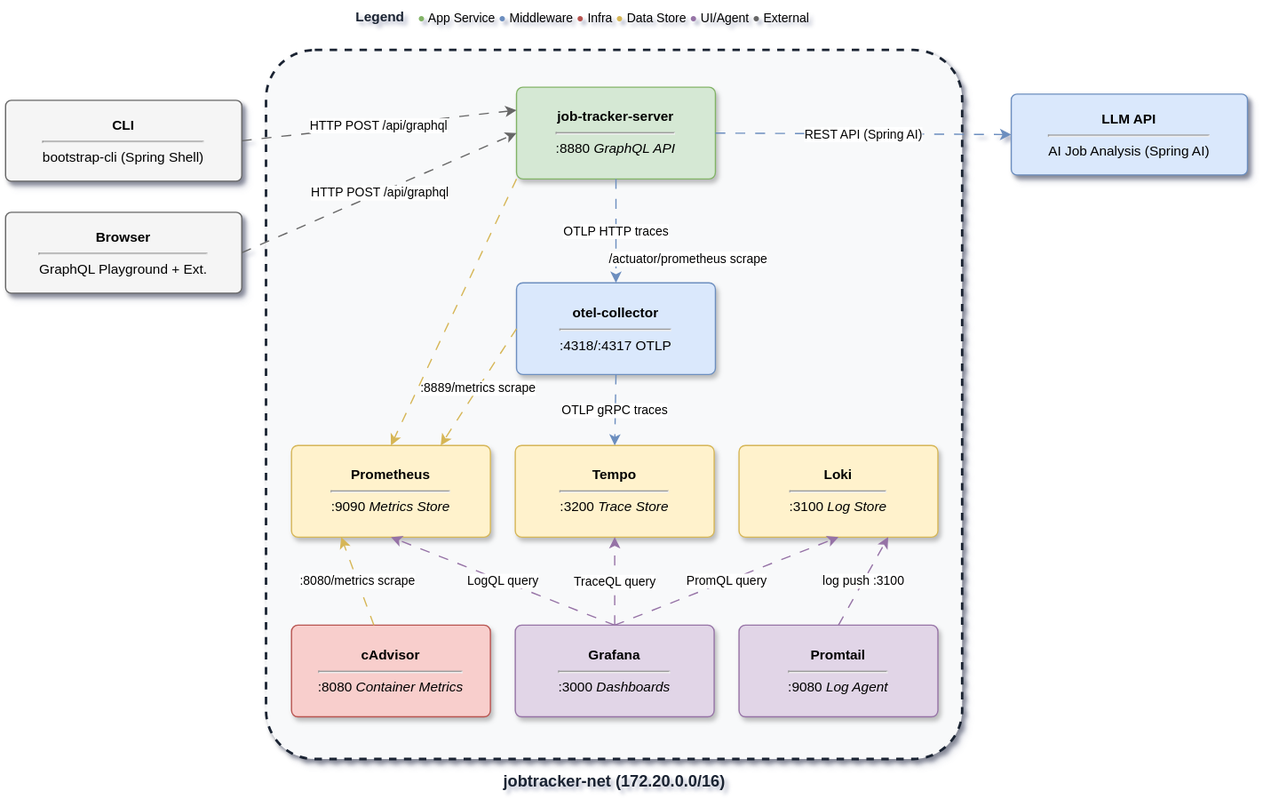
The draw.io diagram deploy/compose/images/ajt-docker-compose-diagram.svg in JuanPabloJimenezEsclusa/alexandra-job-tracker, before a commit. Source tidied: cells renumbered, new cells last; positions are measured from the earlier drawing's top-left corner, leaving out a move shared by most shapes.
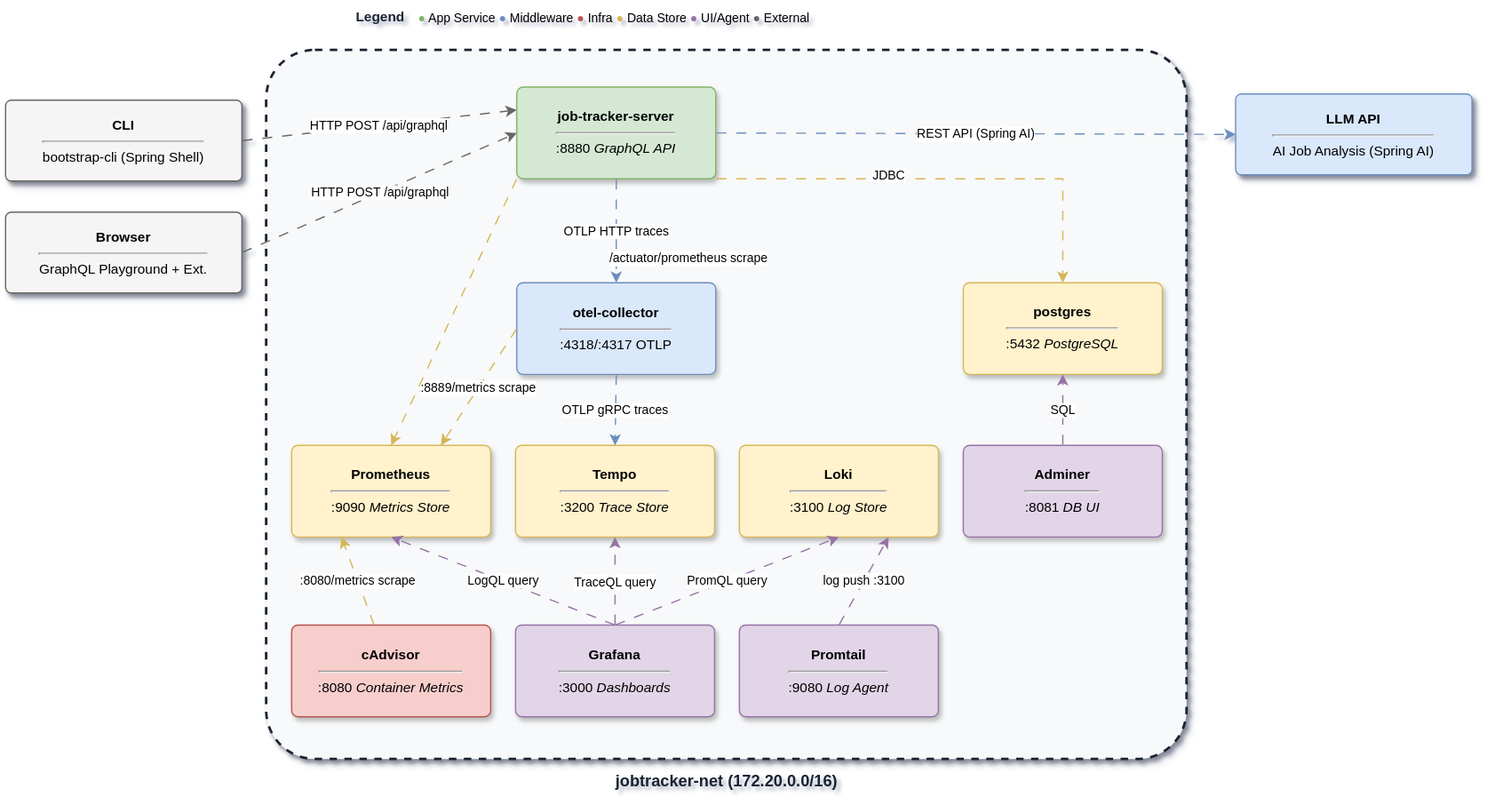
Later version of the same file.

Diff of the diagram source:
```diff
@@ -3,7 +3,7 @@
     <mxCell id="0" />
     <mxCell id="1" parent="0" />
     <mxCell id="2" value="&lt;b&gt;jobtracker-net (172.20.0.0/16)&lt;/b&gt;" style="rounded=1;whiteSpace=wrap;html=1;fillColor=#f8f9fa;strokeColor=#1a2332;fontColor=#1a2332;fontSize=13;spacing=5;align=center;verticalAlign=top;arcSize=7;shadow=1;labelPosition=center;verticalLabelPosition=bottom;strokeWidth=2;dashed=1;" parent="1" vertex="1">
-      <mxGeometry x="210" y="40" width="560" height="570" as="geometry" />
+      <mxGeometry x="210" y="40" width="740" height="570" as="geometry" />
     </mxCell>
     <mxCell id="3" value="&lt;b&gt;Grafana&lt;/b&gt;&lt;hr&gt;:3000 &lt;i&gt;Dashboards&lt;/i&gt;" style="rounded=1;whiteSpace=wrap;html=1;fillColor=#e1d5e7;strokeColor=#9673a6;fontSize=11;arcSize=7;shadow=1;" parent="2" vertex="1">
       <mxGeometry x="200" y="461.9" width="160" height="73.7" as="geometry" />
@@ -65,7 +65,7 @@
       <mxGeometry y="170" width="190" height="65" as="geometry" />
     </mxCell>
     <mxCell id="22" value="&lt;b&gt;LLM API&lt;/b&gt;&lt;hr&gt;AI Job Analysis (Spring AI)" style="rounded=1;whiteSpace=wrap;html=1;fillColor=#dae8fc;strokeColor=#6c8ebf;fontSize=11;arcSize=7;shadow=1;" parent="1" vertex="1">
-      <mxGeometry x="809" y="75" width="190" height="65" as="geometry" />
+      <mxGeometry x="989" y="75" width="190" height="65" as="geometry" />
     </mxCell>
     <mxCell id="23" value="&lt;b&gt;Legend&lt;/b&gt;" style="text;html=1;fontSize=11;fontColor=#1a2332;align=left;" parent="1" vertex="1">
       <mxGeometry x="280" width="60" height="20" as="geometry" />
@@ -82,5 +82,17 @@
     <mxCell id="27" value="REST API (Spring AI)" style="edgeStyle=orthogonal;html=1;fontSize=10;strokeColor=#6c8ebf;endArrow=classic;entryX=0;entryY=0.5;exitX=1;exitY=0.5;flowAnimation=1;" parent="1" edge="1" source="17" target="22">
       <mxGeometry relative="1" as="geometry" />
     </mxCell>
+    <mxCell id="28" value="&lt;b&gt;postgres&lt;/b&gt;&lt;hr&gt;:5432 &lt;i&gt;PostgreSQL&lt;/i&gt;" style="rounded=1;whiteSpace=wrap;html=1;fillColor=#fff2cc;strokeColor=#d6b656;fontSize=11;arcSize=7;shadow=1;" parent="2" vertex="1">
+      <mxGeometry x="560" y="186.7" width="160" height="73.7" as="geometry" />
+    </mxCell>
+    <mxCell id="29" value="&lt;b&gt;Adminer&lt;/b&gt;&lt;hr&gt;:8081 &lt;i&gt;DB UI&lt;/i&gt;" style="rounded=1;whiteSpace=wrap;html=1;fillColor=#e1d5e7;strokeColor=#9673a6;fontSize=11;arcSize=7;shadow=1;" parent="2" vertex="1">
+      <mxGeometry x="560" y="317.4" width="160" height="73.7" as="geometry" />
+    </mxCell>
+    <mxCell id="30" value="JDBC" style="edgeStyle=orthogonal;html=1;fontSize=10;strokeColor=#d6b656;endArrow=classic;entryX=0.5;entryY=0;exitX=1;exitY=1;entryDx=0;entryDy=0;exitDx=0;exitDy=0;flowAnimation=1;" parent="2" edge="1" source="17" target="28">
+      <mxGeometry relative="1" as="geometry" />
+    </mxCell>
+    <mxCell id="31" value="SQL" style="edgeStyle=orthogonal;html=1;fontSize=10;strokeColor=#9673a6;endArrow=classic;entryX=0.5;entryY=1;exitX=0.5;exitY=0;entryDx=0;entryDy=0;exitDx=0;exitDy=0;flowAnimation=1;" parent="2" edge="1" source="29" target="28">
+      <mxGeometry relative="1" as="geometry" />
+    </mxCell>
   </root>
 </mxGraphModel>
```
